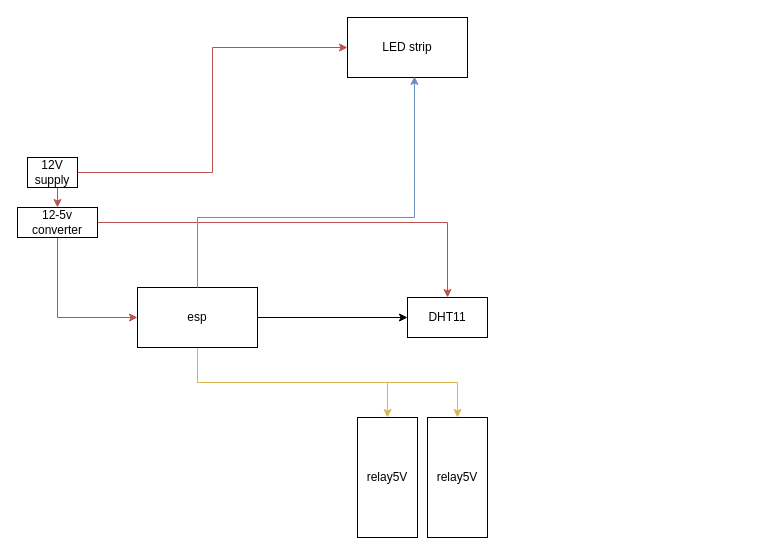
spspider/im keeps this draw.io diagram as Диаграмма без названия.drawio. Above is the earlier version. Source tidied: cells renumbered, new cells numbered last; positions are measured from the earlier drawing's top-left corner, leaving out a move shared by most shapes. Both pictures are drawn from the tidied source at 100%, with x=0, y=0 at pixel (17, 17).
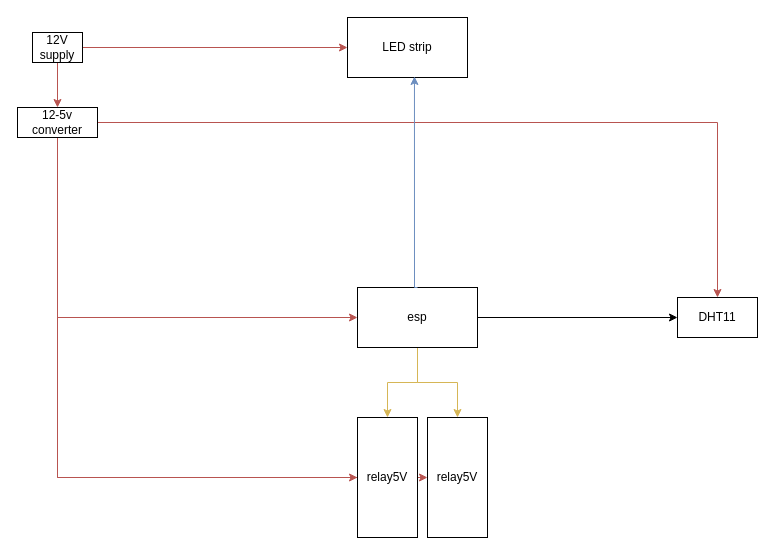
The same diagram, later.

The change refers to these unchanged cells:
```xml
<mxCell id="12" value="LED strip" style="rounded=0;whiteSpace=wrap;html=1;" parent="1" vertex="1">
  <mxGeometry x="330" width="120" height="60" as="geometry" />
</mxCell>
<mxCell id="14" value="relay5V" style="rounded=0;whiteSpace=wrap;html=1;" parent="1" vertex="1">
  <mxGeometry x="340" y="400" width="60" height="120" as="geometry" />
</mxCell>
<mxCell id="15" value="relay5V" style="rounded=0;whiteSpace=wrap;html=1;" parent="1" vertex="1">
  <mxGeometry x="410" y="400" width="60" height="120" as="geometry" />
</mxCell>
```

What changed in the source:
```diff
@@
     <mxCell id="5" value="esp" style="rounded=0;whiteSpace=wrap;html=1;" parent="1" vertex="1">
-      <mxGeometry x="120" y="270" width="120" height="60" as="geometry" />
+      <mxGeometry x="340" y="270" width="120" height="60" as="geometry" />
     </mxCell>
@@
     <mxCell id="8" value="12V supply" style="rounded=0;whiteSpace=wrap;html=1;" parent="1" vertex="1">
-      <mxGeometry x="10" y="140" width="50" height="30" as="geometry" />
+      <mxGeometry x="15" y="15" width="50" height="30" as="geometry" />
     </mxCell>
@@
+    <mxCell id="17" style="edgeStyle=orthogonalEdgeStyle;rounded=0;jettySize=auto;html=1;exitX=0.5;exitY=1;exitDx=0;exitDy=0;entryX=0;entryY=0.5;entryDx=0;entryDy=0;fillColor=#f8cecc;strokeColor=#b85450;" parent="1" edge="1" source="11" target="14">
+      <mxGeometry relative="1" as="geometry" />
+    </mxCell>
+    <mxCell id="18" style="edgeStyle=orthogonalEdgeStyle;rounded=0;jettySize=auto;html=1;exitX=0.5;exitY=1;exitDx=0;exitDy=0;entryX=0;entryY=0.5;entryDx=0;entryDy=0;fillColor=#f8cecc;strokeColor=#b85450;" parent="1" edge="1" source="11" target="15">
+      <mxGeometry relative="1" as="geometry" />
+    </mxCell>
     <mxCell id="11" value="12-5v converter" style="rounded=0;whiteSpace=wrap;html=1;" parent="1" vertex="1">
-      <mxGeometry y="190" width="80" height="30" as="geometry" />
+      <mxGeometry y="90" width="80" height="30" as="geometry" />
     </mxCell>
@@
     <mxCell id="13" style="edgeStyle=orthogonalEdgeStyle;rounded=0;jettySize=auto;html=1;exitX=0.5;exitY=0;exitDx=0;exitDy=0;entryX=0.558;entryY=0.983;entryDx=0;entryDy=0;entryPerimeter=0;fillColor=#dae8fc;strokeColor=#6c8ebf;" parent="1" edge="1" source="5" target="12">
       <mxGeometry relative="1" as="geometry">
         <Array as="points">
-          <mxPoint x="180" y="200" />
-          <mxPoint x="397" y="200" />
+          <mxPoint x="397" y="270" />
         </Array>
       </mxGeometry>
     </mxCell>
@@
     <mxCell id="16" value="DHT11" style="rounded=0;whiteSpace=wrap;html=1;" parent="1" vertex="1">
-      <mxGeometry x="390" y="280" width="80" height="40" as="geometry" />
+      <mxGeometry x="660" y="280" width="80" height="40" as="geometry" />
     </mxCell>
```
